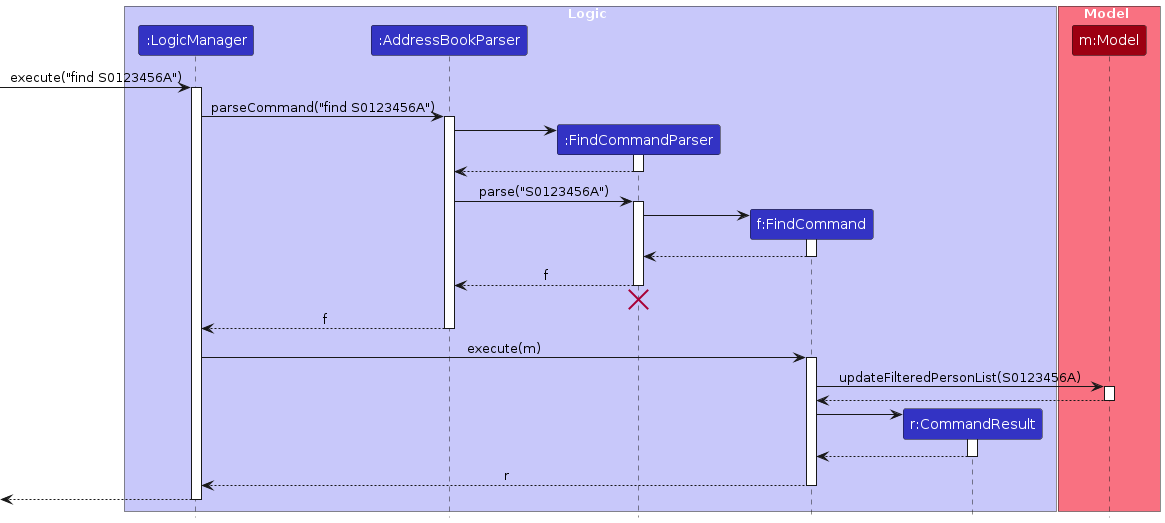
AY2324S2-CS2103T-F14-2/tp keeps this PlantUML diagram as diagrams/FindSequenceDiagram.png. Above is the earlier version. Its source is kept beside it as diagrams/FindSequenceDiagram.puml. The source it was exported from:
```plantuml
@startuml
!include style.puml
skinparam ArrowFontStyle plain

box Logic LOGIC_COLOR_T1
participant ":LogicManager" as LogicManager LOGIC_COLOR
participant ":AddressBookParser" as AddressBookParser LOGIC_COLOR
participant ":FindCommandParser" as FindCommandParser LOGIC_COLOR
participant "f:FindCommand" as FindCommand LOGIC_COLOR
participant "r:CommandResult" as CommandResult LOGIC_COLOR
end box

box Model MODEL_COLOR_T1
participant "m:Model" as Model MODEL_COLOR
end box

[-> LogicManager : execute("find S0123456A")
activate LogicManager

LogicManager -> AddressBookParser : parseCommand("find S0123456A")
activate AddressBookParser

create FindCommandParser
AddressBookParser -> FindCommandParser
activate FindCommandParser

FindCommandParser --> AddressBookParser
deactivate FindCommandParser

AddressBookParser -> FindCommandParser : parse("S0123456A")
activate FindCommandParser

create FindCommand
FindCommandParser -> FindCommand
activate FindCommand

FindCommand --> FindCommandParser :
deactivate FindCommand

FindCommandParser --> AddressBookParser : f
deactivate FindCommandParser
FindCommandParser -[hidden]-> AddressBookParser
destroy FindCommandParser

AddressBookParser --> LogicManager : f
deactivate AddressBookParser

LogicManager -> FindCommand : execute(m)
activate FindCommand

FindCommand -> Model : updateFilteredPersonList(S0123456A)
activate Model

Model --> FindCommand
deactivate Model

create CommandResult
FindCommand -> CommandResult
activate CommandResult

CommandResult --> FindCommand
deactivate CommandResult

FindCommand --> LogicManager : r
deactivate FindCommand

[<--LogicManager
deactivate LogicManager
@enduml
```
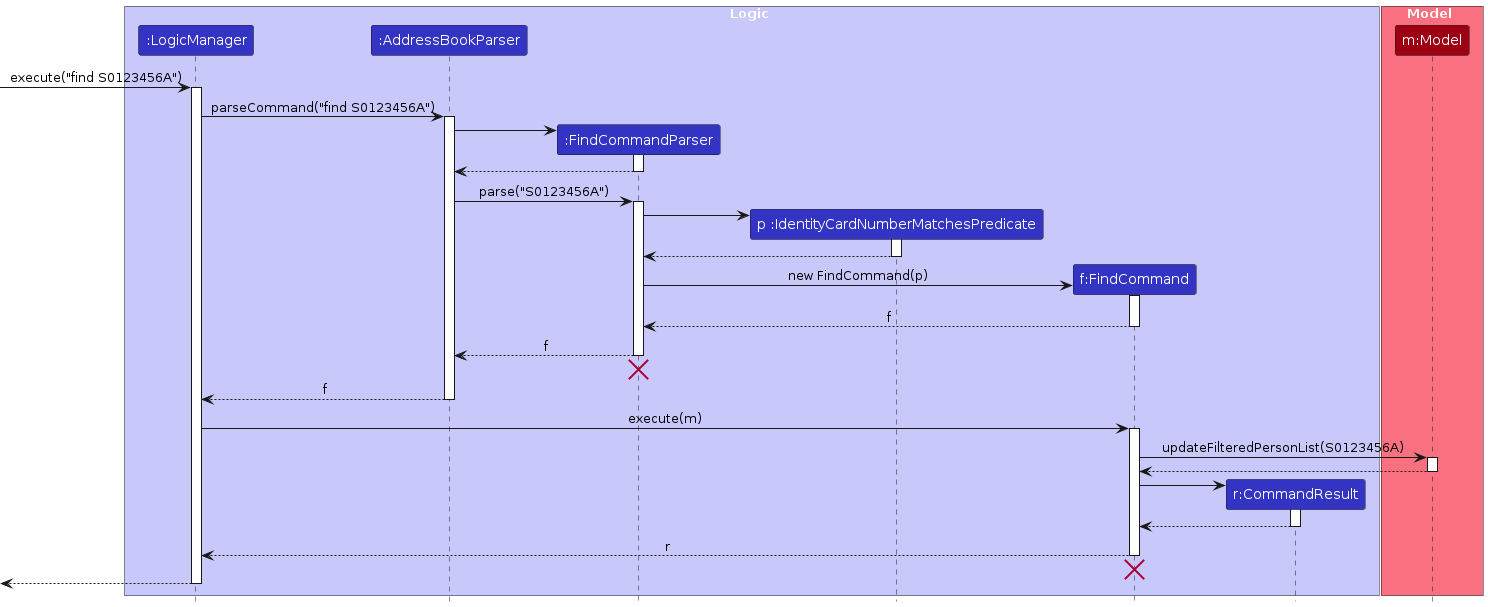
Later version of the same file.

Change to the diagram source:
```diff
@@ -6,6 +6,7 @@
 participant ":LogicManager" as LogicManager LOGIC_COLOR
 participant ":AddressBookParser" as AddressBookParser LOGIC_COLOR
 participant ":FindCommandParser" as FindCommandParser LOGIC_COLOR
+participant "p :IdentityCardNumberMatchesPredicate" as IdentityCardNumberMatchesPredicate LOGIC_COLOR
 participant "f:FindCommand" as FindCommand LOGIC_COLOR
 participant "r:CommandResult" as CommandResult LOGIC_COLOR
 end box
@@ -30,11 +31,18 @@
 AddressBookParser -> FindCommandParser : parse("S0123456A")
 activate FindCommandParser
 
+create IdentityCardNumberMatchesPredicate
+FindCommandParser -> IdentityCardNumberMatchesPredicate
+activate IdentityCardNumberMatchesPredicate
+
+IdentityCardNumberMatchesPredicate --> FindCommandParser
+deactivate IdentityCardNumberMatchesPredicate
+
 create FindCommand
-FindCommandParser -> FindCommand
+FindCommandParser -> FindCommand : new FindCommand(p)
 activate FindCommand
 
-FindCommand --> FindCommandParser :
+FindCommand --> FindCommandParser : f
 deactivate FindCommand
 
 FindCommandParser --> AddressBookParser : f
@@ -64,6 +72,9 @@
 FindCommand --> LogicManager : r
 deactivate FindCommand
 
+FindCommand -[hidden]-> LogicManager
+destroy FindCommand
+
 [<--LogicManager
 deactivate LogicManager
 @enduml
```
